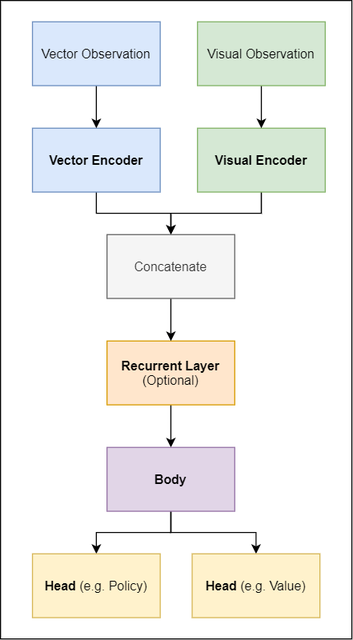
This is docs/img/general_model_architecture.png from MarcoMeter/neroRL, a draw.io export, as it was before one commit. Source tidied: cells renumbered, new cells last; positions are measured from the earlier drawing's top-left corner, leaving out a move shared by most shapes.
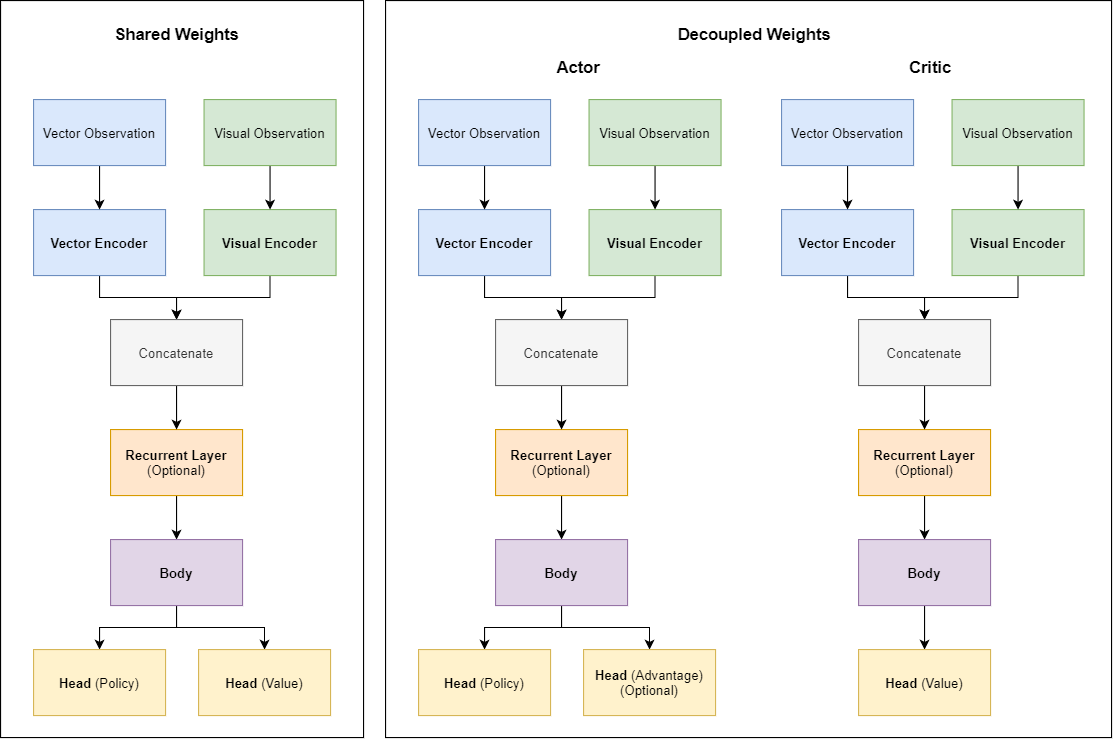
The same file after the commit.

Commit message:
updated model figure

The edit, as a diff of the source:
```diff
@@ -2,59 +2,170 @@
   <root>
     <mxCell id="0" />
     <mxCell id="1" parent="0" />
-    <mxCell id="2" style="rounded=0;whiteSpace=wrap;html=1;" parent="1" vertex="1">
-      <mxGeometry width="330" height="600" as="geometry" />
-    </mxCell>
-    <mxCell id="3" style="edgeStyle=orthogonalEdgeStyle;rounded=0;jettySize=auto;html=1;exitX=0.5;exitY=1;exitDx=0;exitDy=0;entryX=0.5;entryY=0;entryDx=0;entryDy=0;" parent="1" edge="1" source="4" target="10">
-      <mxGeometry relative="1" as="geometry" />
-    </mxCell>
-    <mxCell id="4" value="Visual Encoder" style="rounded=0;whiteSpace=wrap;html=1;fillColor=#d5e8d4;strokeColor=#82b366;fontStyle=1;" parent="1" vertex="1">
-      <mxGeometry x="185" y="120" width="120" height="60" as="geometry" />
-    </mxCell>
-    <mxCell id="5" style="edgeStyle=orthogonalEdgeStyle;rounded=0;jettySize=auto;html=1;exitX=0.5;exitY=1;exitDx=0;exitDy=0;entryX=0.5;entryY=0;entryDx=0;entryDy=0;" parent="1" edge="1" source="6" target="13">
-      <mxGeometry relative="1" as="geometry" />
-    </mxCell>
-    <mxCell id="6" value="Recurrent Layer&lt;br&gt;&lt;span style=&quot;font-weight: normal&quot;&gt;(Optional)&lt;/span&gt;" style="rounded=0;whiteSpace=wrap;html=1;fillColor=#ffe6cc;strokeColor=#d79b00;fontStyle=1;" parent="1" vertex="1">
-      <mxGeometry x="100" y="320" width="120" height="60" as="geometry" />
-    </mxCell>
-    <mxCell id="7" style="edgeStyle=orthogonalEdgeStyle;rounded=0;jettySize=auto;html=1;exitX=0.5;exitY=1;exitDx=0;exitDy=0;entryX=0.5;entryY=0;entryDx=0;entryDy=0;" parent="1" edge="1" source="8" target="10">
-      <mxGeometry relative="1" as="geometry" />
-    </mxCell>
-    <mxCell id="8" value="Vector Encoder" style="rounded=0;whiteSpace=wrap;html=1;fillColor=#dae8fc;strokeColor=#6c8ebf;fontStyle=1;" parent="1" vertex="1">
-      <mxGeometry x="30" y="120" width="120" height="60" as="geometry" />
-    </mxCell>
-    <mxCell id="9" style="edgeStyle=orthogonalEdgeStyle;rounded=0;jettySize=auto;html=1;exitX=0.5;exitY=1;exitDx=0;exitDy=0;entryX=0.5;entryY=0;entryDx=0;entryDy=0;" parent="1" edge="1" source="10" target="6">
-      <mxGeometry relative="1" as="geometry" />
-    </mxCell>
-    <mxCell id="10" value="Concatenate" style="rounded=0;whiteSpace=wrap;html=1;fillColor=#f5f5f5;strokeColor=#666666;fontColor=#333333;fontStyle=0;" parent="1" vertex="1">
-      <mxGeometry x="100" y="220" width="120" height="60" as="geometry" />
-    </mxCell>
-    <mxCell id="11" style="edgeStyle=orthogonalEdgeStyle;rounded=0;jettySize=auto;html=1;exitX=0.5;exitY=1;exitDx=0;exitDy=0;entryX=0.5;entryY=0;entryDx=0;entryDy=0;" parent="1" edge="1" source="13" target="14">
-      <mxGeometry relative="1" as="geometry" />
-    </mxCell>
-    <mxCell id="12" style="edgeStyle=orthogonalEdgeStyle;rounded=0;jettySize=auto;html=1;exitX=0.5;exitY=1;exitDx=0;exitDy=0;entryX=0.5;entryY=0;entryDx=0;entryDy=0;" parent="1" edge="1" source="13" target="15">
-      <mxGeometry relative="1" as="geometry" />
-    </mxCell>
-    <mxCell id="13" value="Body" style="rounded=0;whiteSpace=wrap;html=1;fillColor=#e1d5e7;strokeColor=#9673a6;fontStyle=1;" parent="1" vertex="1">
-      <mxGeometry x="100" y="420" width="120" height="60" as="geometry" />
-    </mxCell>
-    <mxCell id="14" value="Head&lt;span style=&quot;font-weight: normal&quot;&gt; (e.g. Policy)&lt;/span&gt;" style="rounded=0;whiteSpace=wrap;html=1;fillColor=#fff2cc;strokeColor=#d6b656;fontStyle=1;" parent="1" vertex="1">
-      <mxGeometry x="30" y="520" width="120" height="60" as="geometry" />
-    </mxCell>
-    <mxCell id="15" value="Head &lt;span style=&quot;font-weight: normal&quot;&gt;(e.g. Value)&lt;/span&gt;" style="rounded=0;whiteSpace=wrap;html=1;fillColor=#fff2cc;strokeColor=#d6b656;fontStyle=1;" parent="1" vertex="1">
-      <mxGeometry x="180" y="520" width="120" height="60" as="geometry" />
-    </mxCell>
-    <mxCell id="16" style="edgeStyle=orthogonalEdgeStyle;rounded=0;jettySize=auto;html=1;exitX=0.5;exitY=1;exitDx=0;exitDy=0;entryX=0.5;entryY=0;entryDx=0;entryDy=0;" parent="1" edge="1" source="17" target="8">
-      <mxGeometry relative="1" as="geometry" />
-    </mxCell>
-    <mxCell id="17" value="Vector Observation" style="rounded=0;whiteSpace=wrap;html=1;fillColor=#dae8fc;strokeColor=#6c8ebf;fontStyle=0;" parent="1" vertex="1">
-      <mxGeometry x="30" y="20" width="120" height="60" as="geometry" />
-    </mxCell>
-    <mxCell id="18" style="edgeStyle=orthogonalEdgeStyle;rounded=0;jettySize=auto;html=1;exitX=0.5;exitY=1;exitDx=0;exitDy=0;entryX=0.5;entryY=0;entryDx=0;entryDy=0;" parent="1" edge="1" source="19" target="4">
-      <mxGeometry relative="1" as="geometry" />
-    </mxCell>
-    <mxCell id="19" value="&lt;span style=&quot;font-weight: normal&quot;&gt;Visual Observation&lt;/span&gt;" style="rounded=0;whiteSpace=wrap;html=1;fillColor=#d5e8d4;strokeColor=#82b366;fontStyle=1;" parent="1" vertex="1">
-      <mxGeometry x="185" y="20" width="120" height="60" as="geometry" />
-    </mxCell>
+    <mxCell id="20" style="rounded=0;whiteSpace=wrap;html=1;" parent="1" vertex="1">
+      <mxGeometry x="-300" y="-30" width="330" height="670" as="geometry" />
+    </mxCell>
+    <mxCell id="21" style="edgeStyle=orthogonalEdgeStyle;rounded=0;jettySize=auto;html=1;exitX=0.5;exitY=1;exitDx=0;exitDy=0;entryX=0.5;entryY=0;entryDx=0;entryDy=0;" parent="1" edge="1" source="22" target="28">
+      <mxGeometry relative="1" as="geometry" />
+    </mxCell>
+    <mxCell id="22" value="Visual Encoder" style="rounded=0;whiteSpace=wrap;html=1;fillColor=#d5e8d4;strokeColor=#82b366;fontStyle=1;" parent="1" vertex="1">
+      <mxGeometry x="-115" y="160" width="120" height="60" as="geometry" />
+    </mxCell>
+    <mxCell id="23" style="edgeStyle=orthogonalEdgeStyle;rounded=0;jettySize=auto;html=1;exitX=0.5;exitY=1;exitDx=0;exitDy=0;entryX=0.5;entryY=0;entryDx=0;entryDy=0;" parent="1" edge="1" source="24" target="31">
+      <mxGeometry relative="1" as="geometry" />
+    </mxCell>
+    <mxCell id="24" value="Recurrent Layer&lt;br&gt;&lt;span style=&quot;font-weight: normal&quot;&gt;(Optional)&lt;/span&gt;" style="rounded=0;whiteSpace=wrap;html=1;fillColor=#ffe6cc;strokeColor=#d79b00;fontStyle=1;" parent="1" vertex="1">
+      <mxGeometry x="-200" y="360" width="120" height="60" as="geometry" />
+    </mxCell>
+    <mxCell id="25" style="edgeStyle=orthogonalEdgeStyle;rounded=0;jettySize=auto;html=1;exitX=0.5;exitY=1;exitDx=0;exitDy=0;entryX=0.5;entryY=0;entryDx=0;entryDy=0;" parent="1" edge="1" source="26" target="28">
+      <mxGeometry relative="1" as="geometry" />
+    </mxCell>
+    <mxCell id="26" value="Vector Encoder" style="rounded=0;whiteSpace=wrap;html=1;fillColor=#dae8fc;strokeColor=#6c8ebf;fontStyle=1;" parent="1" vertex="1">
+      <mxGeometry x="-270" y="160" width="120" height="60" as="geometry" />
+    </mxCell>
+    <mxCell id="27" style="edgeStyle=orthogonalEdgeStyle;rounded=0;jettySize=auto;html=1;exitX=0.5;exitY=1;exitDx=0;exitDy=0;entryX=0.5;entryY=0;entryDx=0;entryDy=0;" parent="1" edge="1" source="28" target="24">
+      <mxGeometry relative="1" as="geometry" />
+    </mxCell>
+    <mxCell id="28" value="Concatenate" style="rounded=0;whiteSpace=wrap;html=1;fillColor=#f5f5f5;strokeColor=#666666;fontColor=#333333;fontStyle=0;" parent="1" vertex="1">
+      <mxGeometry x="-200" y="260" width="120" height="60" as="geometry" />
+    </mxCell>
+    <mxCell id="29" style="edgeStyle=orthogonalEdgeStyle;rounded=0;jettySize=auto;html=1;exitX=0.5;exitY=1;exitDx=0;exitDy=0;entryX=0.5;entryY=0;entryDx=0;entryDy=0;" parent="1" edge="1" source="31" target="32">
+      <mxGeometry relative="1" as="geometry" />
+    </mxCell>
+    <mxCell id="30" style="edgeStyle=orthogonalEdgeStyle;rounded=0;jettySize=auto;html=1;exitX=0.5;exitY=1;exitDx=0;exitDy=0;entryX=0.5;entryY=0;entryDx=0;entryDy=0;" parent="1" edge="1" source="31" target="33">
+      <mxGeometry relative="1" as="geometry" />
+    </mxCell>
+    <mxCell id="31" value="Body" style="rounded=0;whiteSpace=wrap;html=1;fillColor=#e1d5e7;strokeColor=#9673a6;fontStyle=1;" parent="1" vertex="1">
+      <mxGeometry x="-200" y="460" width="120" height="60" as="geometry" />
+    </mxCell>
+    <mxCell id="32" value="Head&lt;span style=&quot;font-weight: normal&quot;&gt; (Policy)&lt;/span&gt;" style="rounded=0;whiteSpace=wrap;html=1;fillColor=#fff2cc;strokeColor=#d6b656;fontStyle=1;" parent="1" vertex="1">
+      <mxGeometry x="-270" y="560" width="120" height="60" as="geometry" />
+    </mxCell>
+    <mxCell id="33" value="Head &lt;span style=&quot;font-weight: normal&quot;&gt;(Value)&lt;/span&gt;" style="rounded=0;whiteSpace=wrap;html=1;fillColor=#fff2cc;strokeColor=#d6b656;fontStyle=1;" parent="1" vertex="1">
+      <mxGeometry x="-120" y="560" width="120" height="60" as="geometry" />
+    </mxCell>
+    <mxCell id="34" style="edgeStyle=orthogonalEdgeStyle;rounded=0;jettySize=auto;html=1;exitX=0.5;exitY=1;exitDx=0;exitDy=0;entryX=0.5;entryY=0;entryDx=0;entryDy=0;" parent="1" edge="1" source="35" target="26">
+      <mxGeometry relative="1" as="geometry" />
+    </mxCell>
+    <mxCell id="35" value="Vector Observation" style="rounded=0;whiteSpace=wrap;html=1;fillColor=#dae8fc;strokeColor=#6c8ebf;fontStyle=0;" parent="1" vertex="1">
+      <mxGeometry x="-270" y="60" width="120" height="60" as="geometry" />
+    </mxCell>
+    <mxCell id="36" style="edgeStyle=orthogonalEdgeStyle;rounded=0;jettySize=auto;html=1;exitX=0.5;exitY=1;exitDx=0;exitDy=0;entryX=0.5;entryY=0;entryDx=0;entryDy=0;" parent="1" edge="1" source="37" target="22">
+      <mxGeometry relative="1" as="geometry" />
+    </mxCell>
+    <mxCell id="37" value="&lt;span style=&quot;font-weight: normal&quot;&gt;Visual Observation&lt;/span&gt;" style="rounded=0;whiteSpace=wrap;html=1;fillColor=#d5e8d4;strokeColor=#82b366;fontStyle=1;" parent="1" vertex="1">
+      <mxGeometry x="-115" y="60" width="120" height="60" as="geometry" />
+    </mxCell>
+    <mxCell id="38" value="&lt;font style=&quot;font-size: 15px&quot;&gt;Shared Weights&lt;/font&gt;" style="text;html=1;align=center;verticalAlign=middle;strokeColor=none;fontStyle=1;" parent="1" vertex="1">
+      <mxGeometry x="-205" y="-10" width="130" height="20" as="geometry" />
+    </mxCell>
+    <mxCell id="39" style="rounded=0;whiteSpace=wrap;html=1;" parent="1" vertex="1">
+      <mxGeometry x="50" y="-30" width="660" height="670" as="geometry" />
+    </mxCell>
+    <mxCell id="40" style="edgeStyle=orthogonalEdgeStyle;rounded=0;jettySize=auto;html=1;exitX=0.5;exitY=1;exitDx=0;exitDy=0;entryX=0.5;entryY=0;entryDx=0;entryDy=0;" parent="1" edge="1" source="41" target="47">
+      <mxGeometry relative="1" as="geometry" />
+    </mxCell>
+    <mxCell id="41" value="Visual Encoder" style="rounded=0;whiteSpace=wrap;html=1;fillColor=#d5e8d4;strokeColor=#82b366;fontStyle=1;" parent="1" vertex="1">
+      <mxGeometry x="235" y="160" width="120" height="60" as="geometry" />
+    </mxCell>
+    <mxCell id="42" style="edgeStyle=orthogonalEdgeStyle;rounded=0;jettySize=auto;html=1;exitX=0.5;exitY=1;exitDx=0;exitDy=0;entryX=0.5;entryY=0;entryDx=0;entryDy=0;" parent="1" edge="1" source="43" target="50">
+      <mxGeometry relative="1" as="geometry" />
+    </mxCell>
+    <mxCell id="43" value="Recurrent Layer&lt;br&gt;&lt;span style=&quot;font-weight: normal&quot;&gt;(Optional)&lt;/span&gt;" style="rounded=0;whiteSpace=wrap;html=1;fillColor=#ffe6cc;strokeColor=#d79b00;fontStyle=1;" parent="1" vertex="1">
+      <mxGeometry x="150" y="360" width="120" height="60" as="geometry" />
+    </mxCell>
+    <mxCell id="44" style="edgeStyle=orthogonalEdgeStyle;rounded=0;jettySize=auto;html=1;exitX=0.5;exitY=1;exitDx=0;exitDy=0;entryX=0.5;entryY=0;entryDx=0;entryDy=0;" parent="1" edge="1" source="45" target="47">
+      <mxGeometry relative="1" as="geometry" />
+    </mxCell>
+    <mxCell id="45" value="Vector Encoder" style="rounded=0;whiteSpace=wrap;html=1;fillColor=#dae8fc;strokeColor=#6c8ebf;fontStyle=1;" parent="1" vertex="1">
+      <mxGeometry x="80" y="160" width="120" height="60" as="geometry" />
+    </mxCell>
+    <mxCell id="46" style="edgeStyle=orthogonalEdgeStyle;rounded=0;jettySize=auto;html=1;exitX=0.5;exitY=1;exitDx=0;exitDy=0;entryX=0.5;entryY=0;entryDx=0;entryDy=0;" parent="1" edge="1" source="47" target="43">
+      <mxGeometry relative="1" as="geometry" />
+    </mxCell>
+    <mxCell id="47" value="Concatenate" style="rounded=0;whiteSpace=wrap;html=1;fillColor=#f5f5f5;strokeColor=#666666;fontColor=#333333;fontStyle=0;" parent="1" vertex="1">
+      <mxGeometry x="150" y="260" width="120" height="60" as="geometry" />
+    </mxCell>
+    <mxCell id="48" style="edgeStyle=orthogonalEdgeStyle;rounded=0;jettySize=auto;html=1;exitX=0.5;exitY=1;exitDx=0;exitDy=0;entryX=0.5;entryY=0;entryDx=0;entryDy=0;" parent="1" edge="1" source="50" target="51">
+      <mxGeometry relative="1" as="geometry" />
+    </mxCell>
+    <mxCell id="49" style="edgeStyle=orthogonalEdgeStyle;rounded=0;jettySize=auto;html=1;exitX=0.5;exitY=1;exitDx=0;exitDy=0;entryX=0.5;entryY=0;entryDx=0;entryDy=0;" parent="1" edge="1" source="50" target="52">
+      <mxGeometry relative="1" as="geometry" />
+    </mxCell>
+    <mxCell id="50" value="Body" style="rounded=0;whiteSpace=wrap;html=1;fillColor=#e1d5e7;strokeColor=#9673a6;fontStyle=1;" parent="1" vertex="1">
+      <mxGeometry x="150" y="460" width="120" height="60" as="geometry" />
+    </mxCell>
+    <mxCell id="51" value="Head&lt;span style=&quot;font-weight: normal&quot;&gt; (Policy)&lt;/span&gt;" style="rounded=0;whiteSpace=wrap;html=1;fillColor=#fff2cc;strokeColor=#d6b656;fontStyle=1;" parent="1" vertex="1">
+      <mxGeometry x="80" y="560" width="120" height="60" as="geometry" />
+    </mxCell>
+    <mxCell id="52" value="Head &lt;span style=&quot;font-weight: normal&quot;&gt;(Advantage)&lt;br&gt;(Optional)&lt;br&gt;&lt;/span&gt;" style="rounded=0;whiteSpace=wrap;html=1;fillColor=#fff2cc;strokeColor=#d6b656;fontStyle=1;" parent="1" vertex="1">
+      <mxGeometry x="230" y="560" width="120" height="60" as="geometry" />
+    </mxCell>
+    <mxCell id="53" style="edgeStyle=orthogonalEdgeStyle;rounded=0;jettySize=auto;html=1;exitX=0.5;exitY=1;exitDx=0;exitDy=0;entryX=0.5;entryY=0;entryDx=0;entryDy=0;" parent="1" edge="1" source="54" target="45">
+      <mxGeometry relative="1" as="geometry" />
+    </mxCell>
+    <mxCell id="54" value="Vector Observation" style="rounded=0;whiteSpace=wrap;html=1;fillColor=#dae8fc;strokeColor=#6c8ebf;fontStyle=0;" parent="1" vertex="1">
+      <mxGeometry x="80" y="60" width="120" height="60" as="geometry" />
+    </mxCell>
+    <mxCell id="55" style="edgeStyle=orthogonalEdgeStyle;rounded=0;jettySize=auto;html=1;exitX=0.5;exitY=1;exitDx=0;exitDy=0;entryX=0.5;entryY=0;entryDx=0;entryDy=0;" parent="1" edge="1" source="56" target="41">
+      <mxGeometry relative="1" as="geometry" />
+    </mxCell>
+    <mxCell id="56" value="&lt;span style=&quot;font-weight: normal&quot;&gt;Visual Observation&lt;/span&gt;" style="rounded=0;whiteSpace=wrap;html=1;fillColor=#d5e8d4;strokeColor=#82b366;fontStyle=1;" parent="1" vertex="1">
+      <mxGeometry x="235" y="60" width="120" height="60" as="geometry" />
+    </mxCell>
+    <mxCell id="57" value="&lt;font style=&quot;font-size: 15px&quot;&gt;Decoupled Weights&lt;/font&gt;" style="text;html=1;align=center;verticalAlign=middle;strokeColor=none;fontStyle=1;" parent="1" vertex="1">
+      <mxGeometry x="310" y="-10" width="150" height="20" as="geometry" />
+    </mxCell>
+    <mxCell id="58" style="edgeStyle=orthogonalEdgeStyle;rounded=0;jettySize=auto;html=1;exitX=0.5;exitY=1;exitDx=0;exitDy=0;entryX=0.5;entryY=0;entryDx=0;entryDy=0;" parent="1" edge="1" source="59" target="65">
+      <mxGeometry relative="1" as="geometry" />
+    </mxCell>
+    <mxCell id="59" value="Visual Encoder" style="rounded=0;whiteSpace=wrap;html=1;fillColor=#d5e8d4;strokeColor=#82b366;fontStyle=1;" parent="1" vertex="1">
+      <mxGeometry x="565" y="160" width="120" height="60" as="geometry" />
+    </mxCell>
+    <mxCell id="60" style="edgeStyle=orthogonalEdgeStyle;rounded=0;jettySize=auto;html=1;exitX=0.5;exitY=1;exitDx=0;exitDy=0;entryX=0.5;entryY=0;entryDx=0;entryDy=0;" parent="1" edge="1" source="61" target="67">
+      <mxGeometry relative="1" as="geometry" />
+    </mxCell>
+    <mxCell id="61" value="Recurrent Layer&lt;br&gt;&lt;span style=&quot;font-weight: normal&quot;&gt;(Optional)&lt;/span&gt;" style="rounded=0;whiteSpace=wrap;html=1;fillColor=#ffe6cc;strokeColor=#d79b00;fontStyle=1;" parent="1" vertex="1">
+      <mxGeometry x="480" y="360" width="120" height="60" as="geometry" />
+    </mxCell>
+    <mxCell id="62" style="edgeStyle=orthogonalEdgeStyle;rounded=0;jettySize=auto;html=1;exitX=0.5;exitY=1;exitDx=0;exitDy=0;entryX=0.5;entryY=0;entryDx=0;entryDy=0;" parent="1" edge="1" source="63" target="65">
+      <mxGeometry relative="1" as="geometry" />
+    </mxCell>
+    <mxCell id="63" value="Vector Encoder" style="rounded=0;whiteSpace=wrap;html=1;fillColor=#dae8fc;strokeColor=#6c8ebf;fontStyle=1;" parent="1" vertex="1">
+      <mxGeometry x="410" y="160" width="120" height="60" as="geometry" />
+    </mxCell>
+    <mxCell id="64" style="edgeStyle=orthogonalEdgeStyle;rounded=0;jettySize=auto;html=1;exitX=0.5;exitY=1;exitDx=0;exitDy=0;entryX=0.5;entryY=0;entryDx=0;entryDy=0;" parent="1" edge="1" source="65" target="61">
+      <mxGeometry relative="1" as="geometry" />
+    </mxCell>
+    <mxCell id="65" value="Concatenate" style="rounded=0;whiteSpace=wrap;html=1;fillColor=#f5f5f5;strokeColor=#666666;fontColor=#333333;fontStyle=0;" parent="1" vertex="1">
+      <mxGeometry x="480" y="260" width="120" height="60" as="geometry" />
+    </mxCell>
+    <mxCell id="66" style="edgeStyle=orthogonalEdgeStyle;rounded=0;jettySize=auto;html=1;exitX=0.5;exitY=1;exitDx=0;exitDy=0;entryX=0.5;entryY=0;entryDx=0;entryDy=0;" parent="1" edge="1" source="67" target="68">
+      <mxGeometry relative="1" as="geometry" />
+    </mxCell>
+    <mxCell id="67" value="Body" style="rounded=0;whiteSpace=wrap;html=1;fillColor=#e1d5e7;strokeColor=#9673a6;fontStyle=1;" parent="1" vertex="1">
+      <mxGeometry x="480" y="460" width="120" height="60" as="geometry" />
+    </mxCell>
+    <mxCell id="68" value="Head &lt;span style=&quot;font-weight: normal&quot;&gt;(Value)&lt;/span&gt;" style="rounded=0;whiteSpace=wrap;html=1;fillColor=#fff2cc;strokeColor=#d6b656;fontStyle=1;" parent="1" vertex="1">
+      <mxGeometry x="480" y="560" width="120" height="60" as="geometry" />
+    </mxCell>
+    <mxCell id="69" style="edgeStyle=orthogonalEdgeStyle;rounded=0;jettySize=auto;html=1;exitX=0.5;exitY=1;exitDx=0;exitDy=0;entryX=0.5;entryY=0;entryDx=0;entryDy=0;" parent="1" edge="1" source="70" target="63">
+      <mxGeometry relative="1" as="geometry" />
+    </mxCell>
+    <mxCell id="70" value="Vector Observation" style="rounded=0;whiteSpace=wrap;html=1;fillColor=#dae8fc;strokeColor=#6c8ebf;fontStyle=0;" parent="1" vertex="1">
+      <mxGeometry x="410" y="60" width="120" height="60" as="geometry" />
+    </mxCell>
+    <mxCell id="71" style="edgeStyle=orthogonalEdgeStyle;rounded=0;jettySize=auto;html=1;exitX=0.5;exitY=1;exitDx=0;exitDy=0;entryX=0.5;entryY=0;entryDx=0;entryDy=0;" parent="1" edge="1" source="72" target="59">
+      <mxGeometry relative="1" as="geometry" />
+    </mxCell>
+    <mxCell id="72" value="&lt;span style=&quot;font-weight: normal&quot;&gt;Visual Observation&lt;/span&gt;" style="rounded=0;whiteSpace=wrap;html=1;fillColor=#d5e8d4;strokeColor=#82b366;fontStyle=1;" parent="1" vertex="1">
+      <mxGeometry x="565" y="60" width="120" height="60" as="geometry" />
+    </mxCell>
+    <mxCell id="73" value="&lt;font style=&quot;font-size: 15px&quot;&gt;Actor&lt;/font&gt;" style="text;html=1;align=center;verticalAlign=middle;strokeColor=none;fontStyle=1;" parent="1" vertex="1">
+      <mxGeometry x="200" y="20" width="50" height="20" as="geometry" />
+    </mxCell>
+    <mxCell id="74" value="&lt;font style=&quot;font-size: 15px&quot;&gt;Critic&lt;/font&gt;" style="text;html=1;align=center;verticalAlign=middle;strokeColor=none;fontStyle=1;" parent="1" vertex="1">
+      <mxGeometry x="520" y="20" width="50" height="20" as="geometry" />
+    </mxCell>
   </root>
 </mxGraphModel>
```
